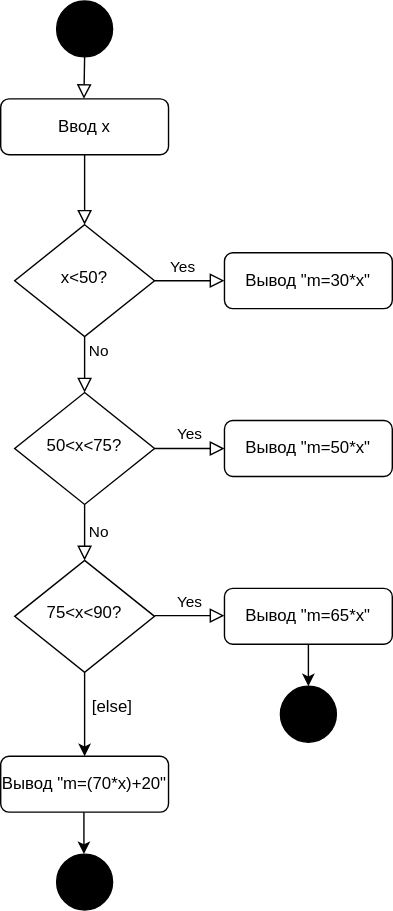
The draw.io diagram 1.drawio.svg in LazarevaDarya/work5, before a commit. Source tidied: cells renumbered, new cells last; positions are measured from the earlier drawing's top-left corner, leaving out a move shared by most shapes. Its diagram source:
```xml
<mxGraphModel>
  <root>
    <mxCell id="0" />
    <mxCell id="1" parent="0" />
    <mxCell id="2" style="rounded=0;html=1;jettySize=auto;fontSize=11;endArrow=block;endFill=0;endSize=8;strokeWidth=1;shadow=0;labelBackgroundColor=none;edgeStyle=orthogonalEdgeStyle;" parent="1" edge="1" source="3" target="6">
      <mxGeometry relative="1" as="geometry" />
    </mxCell>
    <mxCell id="3" value="Ввод х" style="rounded=1;whiteSpace=wrap;html=1;fontSize=12;glass=0;strokeWidth=1;shadow=0;" parent="1" vertex="1">
      <mxGeometry y="70" width="120" height="40" as="geometry" />
    </mxCell>
    <mxCell id="4" value="Yes" style="rounded=0;html=1;jettySize=auto;fontSize=11;endArrow=block;endFill=0;endSize=8;strokeWidth=1;shadow=0;labelBackgroundColor=none;edgeStyle=orthogonalEdgeStyle;" parent="1" edge="1" source="6" target="9">
      <mxGeometry x="-1" y="86" relative="1" as="geometry">
        <mxPoint x="-16" y="-50" as="offset" />
      </mxGeometry>
    </mxCell>
    <mxCell id="5" value="No" style="edgeStyle=orthogonalEdgeStyle;rounded=0;html=1;jettySize=auto;fontSize=11;endArrow=block;endFill=0;endSize=8;strokeWidth=1;shadow=0;labelBackgroundColor=none;" parent="1" edge="1" source="6" target="7">
      <mxGeometry x="-1" y="-64" relative="1" as="geometry">
        <Array as="points">
          <mxPoint x="140" y="200" />
          <mxPoint x="140" y="200" />
        </Array>
        <mxPoint x="-40" y="-14" as="offset" />
      </mxGeometry>
    </mxCell>
    <mxCell id="6" value="х&amp;lt;50?" style="rhombus;whiteSpace=wrap;html=1;shadow=0;fontFamily=Helvetica;fontSize=12;align=center;strokeWidth=1;spacing=6;spacingTop=-4;" parent="1" vertex="1">
      <mxGeometry x="10" y="160" width="100" height="80" as="geometry" />
    </mxCell>
    <mxCell id="7" value="Вывод &quot;m=30*x&quot;" style="rounded=1;whiteSpace=wrap;html=1;fontSize=12;glass=0;strokeWidth=1;shadow=0;" parent="1" vertex="1">
      <mxGeometry x="160" y="180" width="120" height="40" as="geometry" />
    </mxCell>
    <mxCell id="8" value="Yes" style="edgeStyle=orthogonalEdgeStyle;rounded=0;html=1;jettySize=auto;fontSize=11;endArrow=block;endFill=0;endSize=8;strokeWidth=1;shadow=0;labelBackgroundColor=none;" parent="1" edge="1" source="9" target="11">
      <mxGeometry y="10" relative="1" as="geometry" />
    </mxCell>
    <mxCell id="9" value="50&amp;lt;x&amp;lt;75?" style="rhombus;whiteSpace=wrap;html=1;shadow=0;fontFamily=Helvetica;fontSize=12;align=center;strokeWidth=1;spacing=6;spacingTop=-4;" parent="1" vertex="1">
      <mxGeometry x="10" y="280" width="100" height="80" as="geometry" />
    </mxCell>
    <mxCell id="10" value="Вывод &quot;m=(70*x)+20&quot;" style="rounded=1;whiteSpace=wrap;html=1;fontSize=12;glass=0;strokeWidth=1;shadow=0;" parent="1" vertex="1">
      <mxGeometry y="540" width="120" height="40" as="geometry" />
    </mxCell>
    <mxCell id="11" value="Вывод &quot;m=50*x&quot;" style="rounded=1;whiteSpace=wrap;html=1;fontSize=12;glass=0;strokeWidth=1;shadow=0;" parent="1" vertex="1">
      <mxGeometry x="160" y="300" width="120" height="40" as="geometry" />
    </mxCell>
    <mxCell id="12" style="ellipse;whiteSpace=wrap;html=1;fillColor=#000000;" parent="1" vertex="1">
      <mxGeometry x="40" width="40" height="40" as="geometry" />
    </mxCell>
    <mxCell id="13" style="rounded=0;html=1;jettySize=auto;orthogonalLoop=1;fontSize=11;endArrow=block;endFill=0;endSize=8;strokeWidth=1;shadow=0;labelBackgroundColor=none;edgeStyle=orthogonalEdgeStyle;" parent="1" edge="1">
      <mxGeometry relative="1" as="geometry">
        <mxPoint x="60" y="40" as="sourcePoint" />
        <mxPoint x="59.5" y="70" as="targetPoint" />
        <Array as="points">
          <mxPoint x="59.5" y="40" />
          <mxPoint x="59.5" y="40" />
        </Array>
      </mxGeometry>
    </mxCell>
    <mxCell id="14" value="75&amp;lt;x&amp;lt;90?" style="rhombus;whiteSpace=wrap;html=1;shadow=0;fontFamily=Helvetica;fontSize=12;align=center;strokeWidth=1;spacing=6;spacingTop=-4;" parent="1" vertex="1">
      <mxGeometry x="10" y="400" width="100" height="80" as="geometry" />
    </mxCell>
    <mxCell id="15" value="Вывод &quot;m=65*x&quot;" style="rounded=1;whiteSpace=wrap;html=1;fontSize=12;glass=0;strokeWidth=1;shadow=0;" parent="1" vertex="1">
      <mxGeometry x="160" y="420" width="120" height="40" as="geometry" />
    </mxCell>
    <mxCell id="16" value="Yes" style="edgeStyle=orthogonalEdgeStyle;rounded=0;html=1;jettySize=auto;orthogonalLoop=1;fontSize=11;endArrow=block;endFill=0;endSize=8;strokeWidth=1;shadow=0;labelBackgroundColor=none;" parent="1" edge="1">
      <mxGeometry y="10" relative="1" as="geometry">
        <mxPoint x="110" y="439.5" as="sourcePoint" />
        <mxPoint x="160" y="439.5" as="targetPoint" />
      </mxGeometry>
    </mxCell>
    <mxCell id="17" value="No" style="edgeStyle=orthogonalEdgeStyle;rounded=0;html=1;jettySize=auto;fontSize=11;endArrow=block;endFill=0;endSize=8;strokeWidth=1;shadow=0;labelBackgroundColor=none;entryX=0.5;entryY=0;entryDx=0;entryDy=0;exitX=0.5;exitY=1;exitDx=0;exitDy=0;" parent="1" edge="1" source="9" target="14">
      <mxGeometry y="10" relative="1" as="geometry" />
    </mxCell>
    <mxCell id="18" style="endArrow=classic;html=1;rounded=0;exitX=0.5;exitY=1;exitDx=0;exitDy=0;" parent="1" edge="1" source="14">
      <mxGeometry relative="1" as="geometry">
        <mxPoint x="60" y="540" as="targetPoint" />
      </mxGeometry>
    </mxCell>
    <mxCell id="19" value="[else]" style="text;html=1;strokeColor=none;fillColor=none;align=center;verticalAlign=middle;whiteSpace=wrap;rounded=0;" parent="1" vertex="1">
      <mxGeometry x="50" y="490" width="60" height="30" as="geometry" />
    </mxCell>
    <mxCell id="20" style="endArrow=classic;html=1;rounded=0;exitX=0.5;exitY=1;exitDx=0;exitDy=0;" parent="1" edge="1" source="15">
      <mxGeometry relative="1" as="geometry">
        <mxPoint x="220" y="490" as="targetPoint" />
      </mxGeometry>
    </mxCell>
    <mxCell id="21" style="ellipse;whiteSpace=wrap;html=1;fillColor=#000000;" parent="1" vertex="1">
      <mxGeometry x="200" y="490" width="40" height="40" as="geometry" />
    </mxCell>
    <mxCell id="22" style="endArrow=classic;html=1;rounded=0;exitX=0.5;exitY=1;exitDx=0;exitDy=0;" parent="1" edge="1">
      <mxGeometry relative="1" as="geometry">
        <mxPoint x="59.5" y="580" as="sourcePoint" />
        <mxPoint x="59.5" y="610" as="targetPoint" />
      </mxGeometry>
    </mxCell>
    <mxCell id="23" style="ellipse;whiteSpace=wrap;html=1;fillColor=#000000;" parent="1" vertex="1">
      <mxGeometry x="40" y="610" width="40" height="40" as="geometry" />
    </mxCell>
  </root>
</mxGraphModel>
```
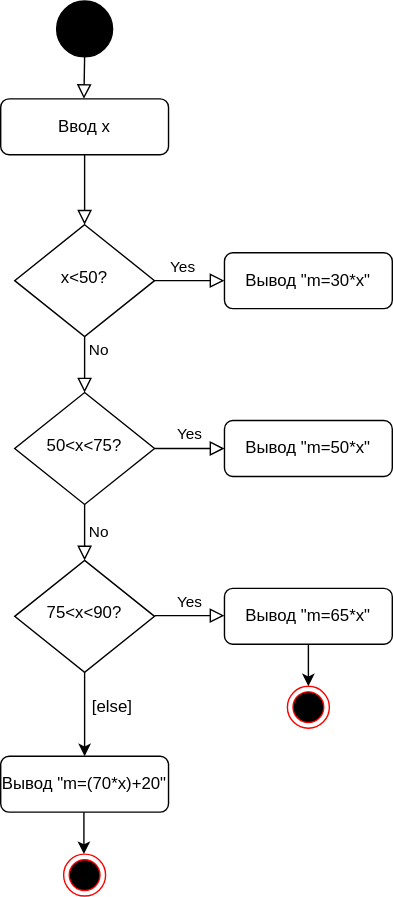
Above is the later version.

Commit message:
Добавлена диаграмма для 1 задания

Diff of the diagram source:
```diff
@@ -81,17 +81,17 @@
         <mxPoint x="220" y="490" as="targetPoint" />
       </mxGeometry>
     </mxCell>
-    <mxCell id="21" style="ellipse;whiteSpace=wrap;html=1;fillColor=#000000;" parent="1" vertex="1">
-      <mxGeometry x="200" y="490" width="40" height="40" as="geometry" />
-    </mxCell>
     <mxCell id="22" style="endArrow=classic;html=1;rounded=0;exitX=0.5;exitY=1;exitDx=0;exitDy=0;" parent="1" edge="1">
       <mxGeometry relative="1" as="geometry">
         <mxPoint x="59.5" y="580" as="sourcePoint" />
         <mxPoint x="59.5" y="610" as="targetPoint" />
       </mxGeometry>
     </mxCell>
-    <mxCell id="23" style="ellipse;whiteSpace=wrap;html=1;fillColor=#000000;" parent="1" vertex="1">
-      <mxGeometry x="40" y="610" width="40" height="40" as="geometry" />
-    </mxCell>
+    <mxCell id="24" style="ellipse;html=1;shape=endState;fillColor=#000000;strokeColor=#ff0000;" parent="1" vertex="1">
+      <mxGeometry x="205" y="490" width="30" height="30" as="geometry" />
+    </mxCell>
+    <mxCell id="25" style="ellipse;html=1;shape=endState;fillColor=#000000;strokeColor=#ff0000;" parent="1" vertex="1">
+      <mxGeometry x="45" y="610" width="30" height="30" as="geometry" />
+    </mxCell>
   </root>
 </mxGraphModel>
```
